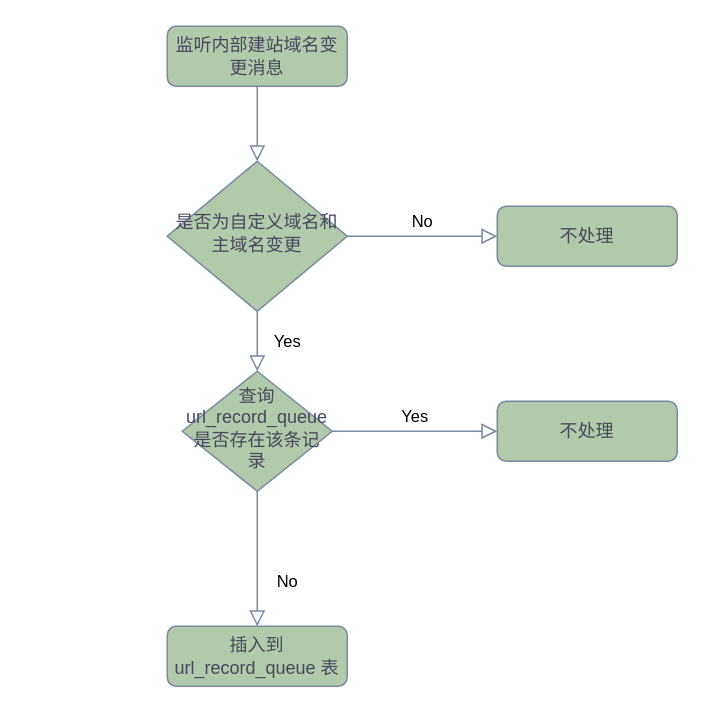
The draw.io diagram page "Page-1" (1 of 3) of url_record.drawio in silan-liu/drawio, before the edit. Source tidied: cells renumbered, new cells numbered last; positions are measured from the earlier drawing's top-left corner, leaving out a move shared by most shapes. Both pictures are drawn from the tidied source at 150%, with x=0, y=0 at pixel (166, 26).
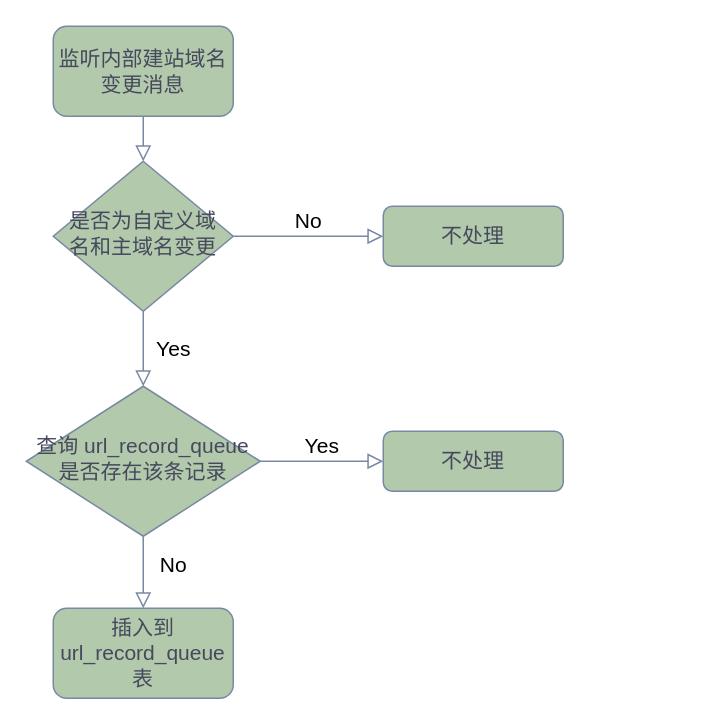
The same diagram, later.

Diff of the diagram source:
```diff
@@
 <mxGraphModel>
   <root>
     <mxCell id="0" />
     <mxCell id="1" parent="0" />
-    <mxCell id="2" style="rounded=0;html=1;jettySize=auto;fontSize=11;endArrow=block;endFill=0;endSize=8;strokeWidth=1;shadow=0;labelBackgroundColor=none;edgeStyle=orthogonalEdgeStyle;strokeColor=#788AA3;fontColor=default;" parent="1" edge="1" source="3" target="6">
+    <mxCell id="2" style="rounded=0;html=1;jettySize=auto;fontSize=14;endArrow=block;endFill=0;endSize=8;strokeWidth=1;shadow=0;labelBackgroundColor=none;edgeStyle=orthogonalEdgeStyle;strokeColor=#788AA3;fontColor=default;" parent="1" edge="1" source="3" target="6">
       <mxGeometry relative="1" as="geometry" />
     </mxCell>
-    <mxCell id="3" value="监听内部建站域名变更消息" style="rounded=1;whiteSpace=wrap;html=1;fontSize=12;glass=0;strokeWidth=1;shadow=0;labelBackgroundColor=none;fillColor=#B2C9AB;strokeColor=#788AA3;fontColor=#46495D;" parent="1" vertex="1">
-      <mxGeometry width="120" height="40" as="geometry" />
+    <mxCell id="3" value="监听内部建站域名变更消息" style="rounded=1;whiteSpace=wrap;html=1;fontSize=14;glass=0;strokeWidth=1;shadow=0;labelBackgroundColor=none;fillColor=#B2C9AB;strokeColor=#788AA3;fontColor=#46495D;" parent="1" vertex="1">
+      <mxGeometry x="-76" width="120" height="60" as="geometry" />
     </mxCell>
-    <mxCell id="4" value="Yes" style="rounded=0;html=1;jettySize=auto;fontSize=11;endArrow=block;endFill=0;endSize=8;strokeWidth=1;shadow=0;labelBackgroundColor=none;edgeStyle=orthogonalEdgeStyle;strokeColor=#788AA3;fontColor=default;" parent="1" edge="1" source="6" target="10">
+    <mxCell id="4" value="Yes" style="rounded=0;html=1;jettySize=auto;fontSize=14;endArrow=block;endFill=0;endSize=8;strokeWidth=1;shadow=0;labelBackgroundColor=none;edgeStyle=orthogonalEdgeStyle;strokeColor=#788AA3;fontColor=default;" parent="1" edge="1" source="6" target="10">
       <mxGeometry y="20" relative="1" as="geometry" />
     </mxCell>
-    <mxCell id="5" value="No" style="edgeStyle=orthogonalEdgeStyle;rounded=0;html=1;jettySize=auto;fontSize=11;endArrow=block;endFill=0;endSize=8;strokeWidth=1;shadow=0;labelBackgroundColor=none;strokeColor=#788AA3;fontColor=default;" parent="1" edge="1" source="6" target="7">
+    <mxCell id="5" value="No" style="edgeStyle=orthogonalEdgeStyle;rounded=0;html=1;jettySize=auto;fontSize=14;endArrow=block;endFill=0;endSize=8;strokeWidth=1;shadow=0;labelBackgroundColor=none;strokeColor=#788AA3;fontColor=default;" parent="1" edge="1" source="6" target="7">
       <mxGeometry y="10" relative="1" as="geometry" />
     </mxCell>
-    <mxCell id="6" value="是否为自定义域名和主域名变更" style="rhombus;whiteSpace=wrap;html=1;shadow=0;fontFamily=Helvetica;fontSize=12;align=center;strokeWidth=1;spacing=6;spacingTop=-4;labelBackgroundColor=none;fillColor=#B2C9AB;strokeColor=#788AA3;fontColor=#46495D;" parent="1" vertex="1">
-      <mxGeometry y="90" width="120" height="100" as="geometry" />
+    <mxCell id="6" value="是否为自定义域名和主域名变更" style="rhombus;whiteSpace=wrap;html=1;shadow=0;fontFamily=Helvetica;fontSize=14;align=center;strokeWidth=1;spacing=6;spacingTop=-4;labelBackgroundColor=none;fillColor=#B2C9AB;strokeColor=#788AA3;fontColor=#46495D;" parent="1" vertex="1">
+      <mxGeometry x="-76" y="90" width="120" height="100" as="geometry" />
     </mxCell>
-    <mxCell id="7" value="不处理" style="rounded=1;whiteSpace=wrap;html=1;fontSize=12;glass=0;strokeWidth=1;shadow=0;labelBackgroundColor=none;fillColor=#B2C9AB;strokeColor=#788AA3;fontColor=#46495D;" parent="1" vertex="1">
-      <mxGeometry x="220" y="120" width="120" height="40" as="geometry" />
+    <mxCell id="7" value="不处理" style="rounded=1;whiteSpace=wrap;html=1;fontSize=14;glass=0;strokeWidth=1;shadow=0;labelBackgroundColor=none;fillColor=#B2C9AB;strokeColor=#788AA3;fontColor=#46495D;" parent="1" vertex="1">
+      <mxGeometry x="144" y="120" width="120" height="40" as="geometry" />
     </mxCell>
-    <mxCell id="8" value="No" style="rounded=0;html=1;jettySize=auto;fontSize=11;endArrow=block;endFill=0;endSize=8;strokeWidth=1;shadow=0;labelBackgroundColor=none;edgeStyle=orthogonalEdgeStyle;strokeColor=#788AA3;fontColor=default;" parent="1" edge="1" source="10" target="11">
-      <mxGeometry x="0.33" y="20" relative="1" as="geometry" />
+    <mxCell id="8" value="No" style="rounded=0;html=1;jettySize=auto;fontSize=14;endArrow=block;endFill=0;endSize=8;strokeWidth=1;shadow=0;labelBackgroundColor=none;edgeStyle=orthogonalEdgeStyle;strokeColor=#788AA3;fontColor=default;" parent="1" edge="1" source="10" target="11">
+      <mxGeometry x="-0.2" y="20" relative="1" as="geometry" />
     </mxCell>
-    <mxCell id="9" value="Yes" style="edgeStyle=orthogonalEdgeStyle;rounded=0;html=1;jettySize=auto;fontSize=11;endArrow=block;endFill=0;endSize=8;strokeWidth=1;shadow=0;labelBackgroundColor=none;strokeColor=#788AA3;fontColor=default;" parent="1" edge="1" source="10" target="12">
+    <mxCell id="9" value="Yes" style="edgeStyle=orthogonalEdgeStyle;rounded=0;html=1;jettySize=auto;fontSize=14;endArrow=block;endFill=0;endSize=8;strokeWidth=1;shadow=0;labelBackgroundColor=none;strokeColor=#788AA3;fontColor=default;" parent="1" edge="1" source="10" target="12">
       <mxGeometry y="10" relative="1" as="geometry" />
     </mxCell>
-    <mxCell id="10" value="查询 url_record_queue 是否存在该条记录" style="rhombus;whiteSpace=wrap;html=1;shadow=0;fontFamily=Helvetica;fontSize=12;align=center;strokeWidth=1;spacing=6;spacingTop=-4;labelBackgroundColor=none;fillColor=#B2C9AB;strokeColor=#788AA3;fontColor=#46495D;" parent="1" vertex="1">
-      <mxGeometry x="10" y="230" width="100" height="80" as="geometry" />
+    <mxCell id="10" value="查询 url_record_queue 是否存在该条记录" style="rhombus;whiteSpace=wrap;html=1;shadow=0;fontFamily=Helvetica;fontSize=14;align=center;strokeWidth=1;spacing=6;spacingTop=-4;labelBackgroundColor=none;fillColor=#B2C9AB;strokeColor=#788AA3;fontColor=#46495D;" parent="1" vertex="1">
+      <mxGeometry x="-94" y="240" width="156" height="100" as="geometry" />
     </mxCell>
-    <mxCell id="11" value="插入到 url_record_queue 表" style="rounded=1;whiteSpace=wrap;html=1;fontSize=12;glass=0;strokeWidth=1;shadow=0;labelBackgroundColor=none;fillColor=#B2C9AB;strokeColor=#788AA3;fontColor=#46495D;" parent="1" vertex="1">
-      <mxGeometry y="400" width="120" height="40" as="geometry" />
+    <mxCell id="11" value="插入到 url_record_queue 表" style="rounded=1;whiteSpace=wrap;html=1;fontSize=14;glass=0;strokeWidth=1;shadow=0;labelBackgroundColor=none;fillColor=#B2C9AB;strokeColor=#788AA3;fontColor=#46495D;" parent="1" vertex="1">
+      <mxGeometry x="-76" y="388" width="120" height="60" as="geometry" />
     </mxCell>
-    <mxCell id="12" value="不处理" style="rounded=1;whiteSpace=wrap;html=1;fontSize=12;glass=0;strokeWidth=1;shadow=0;labelBackgroundColor=none;fillColor=#B2C9AB;strokeColor=#788AA3;fontColor=#46495D;" parent="1" vertex="1">
-      <mxGeometry x="220" y="250" width="120" height="40" as="geometry" />
+    <mxCell id="12" value="不处理" style="rounded=1;whiteSpace=wrap;html=1;fontSize=14;glass=0;strokeWidth=1;shadow=0;labelBackgroundColor=none;fillColor=#B2C9AB;strokeColor=#788AA3;fontColor=#46495D;" parent="1" vertex="1">
+      <mxGeometry x="144" y="270" width="120" height="40" as="geometry" />
     </mxCell>
   </root>
 </mxGraphModel>
```
